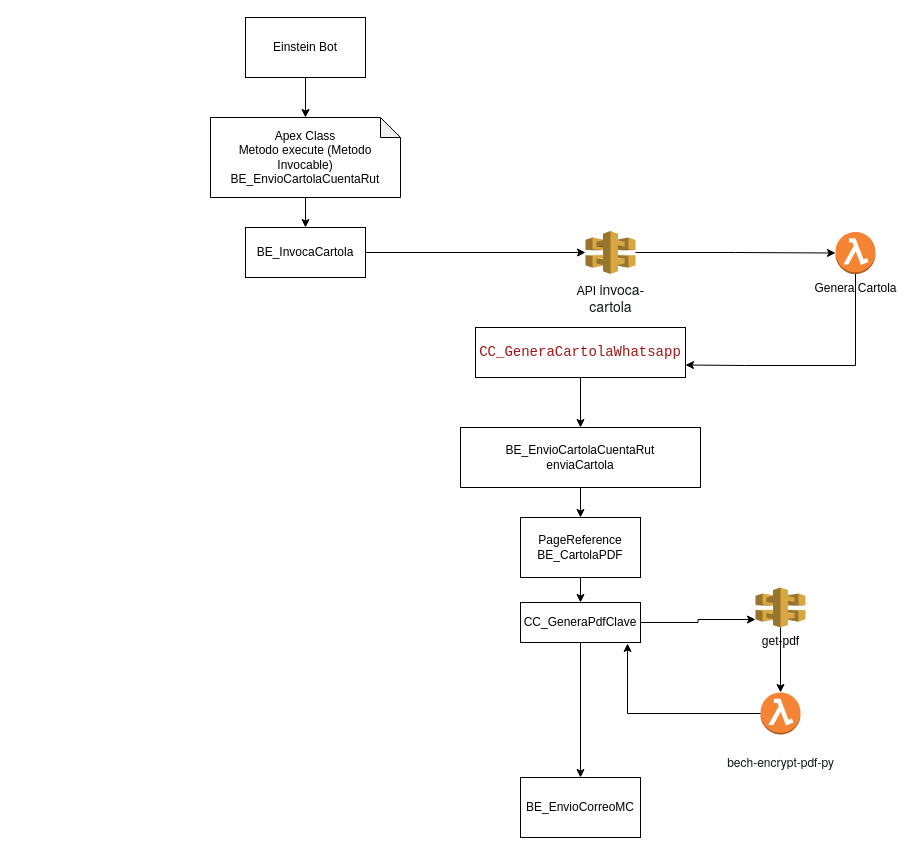
This is page "Página-1" (1 of 2) of Modelo Cartola.drawio from nonate/personalProject, a draw.io file, before an edit. Source tidied: cells renumbered, new cells numbered last; positions are measured from the earlier drawing's top-left corner, leaving out a move shared by most shapes. Both pictures are drawn from the tidied source at 100%, with x=0, y=0 at pixel (210, 17).
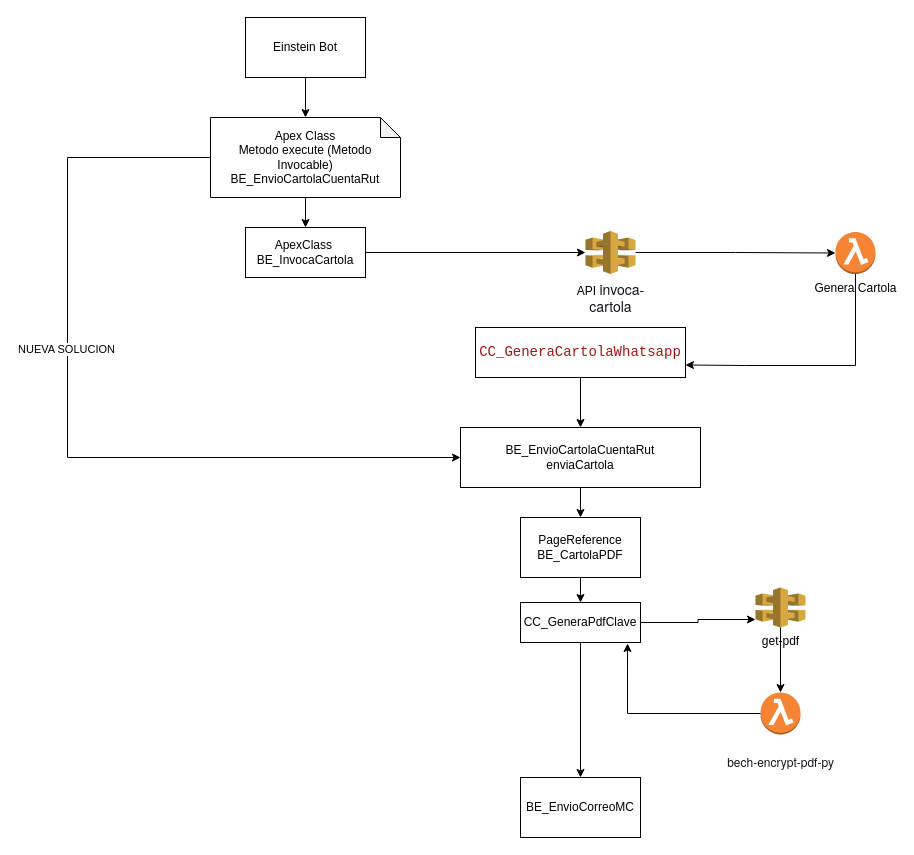
After the change.

Unchanged cells that the change refers to:
```xml
<mxCell id="5" value="Apex Class&lt;div&gt;Metodo execute (Metodo Invocable)&lt;/div&gt;&lt;div&gt;BE_EnvioCartolaCuentaRut&lt;/div&gt;" style="shape=note;whiteSpace=wrap;html=1;backgroundOutline=1;darkOpacity=0.05;size=20;" parent="1" vertex="1">
  <mxGeometry y="100" width="190" height="80" as="geometry" />
</mxCell>
<mxCell id="15" value="BE_EnvioCartolaCuentaRut&lt;div&gt;enviaCartola&lt;/div&gt;" style="whiteSpace=wrap;html=1;" parent="1" vertex="1">
  <mxGeometry x="250" y="410" width="240" height="60" as="geometry" />
</mxCell>
```

Diff of the diagram source:
```diff
@@
+    <mxCell id="26" style="edgeStyle=orthogonalEdgeStyle;rounded=0;jettySize=auto;html=1;entryX=0;entryY=0.5;entryDx=0;entryDy=0;" parent="1" edge="1" source="5" target="15">
+      <mxGeometry relative="1" as="geometry">
+        <Array as="points">
+          <mxPoint x="-143" y="140" />
+          <mxPoint x="-143" y="440" />
+        </Array>
+      </mxGeometry>
+    </mxCell>
+    <mxCell id="27" value="NUEVA SOLUCION" style="edgeLabel;html=1;align=center;verticalAlign=middle;" parent="26" vertex="1">
+      <mxGeometry x="-0.2" y="-2" relative="1" as="geometry" />
+    </mxCell>
@@
-    <mxCell id="9" value="BE_InvocaCartola" style="whiteSpace=wrap;html=1;" parent="1" vertex="1">
+    <mxCell id="9" value="ApexClass&amp;nbsp;&lt;div&gt;&lt;span style=&quot;background-color: transparent; color: light-dark(rgb(0, 0, 0), rgb(255, 255, 255));&quot;&gt;BE_InvocaCartola&lt;/span&gt;&lt;/div&gt;" style="whiteSpace=wrap;html=1;" parent="1" vertex="1">
       <mxGeometry x="35" y="210" width="120" height="50" as="geometry" />
     </mxCell>
```
